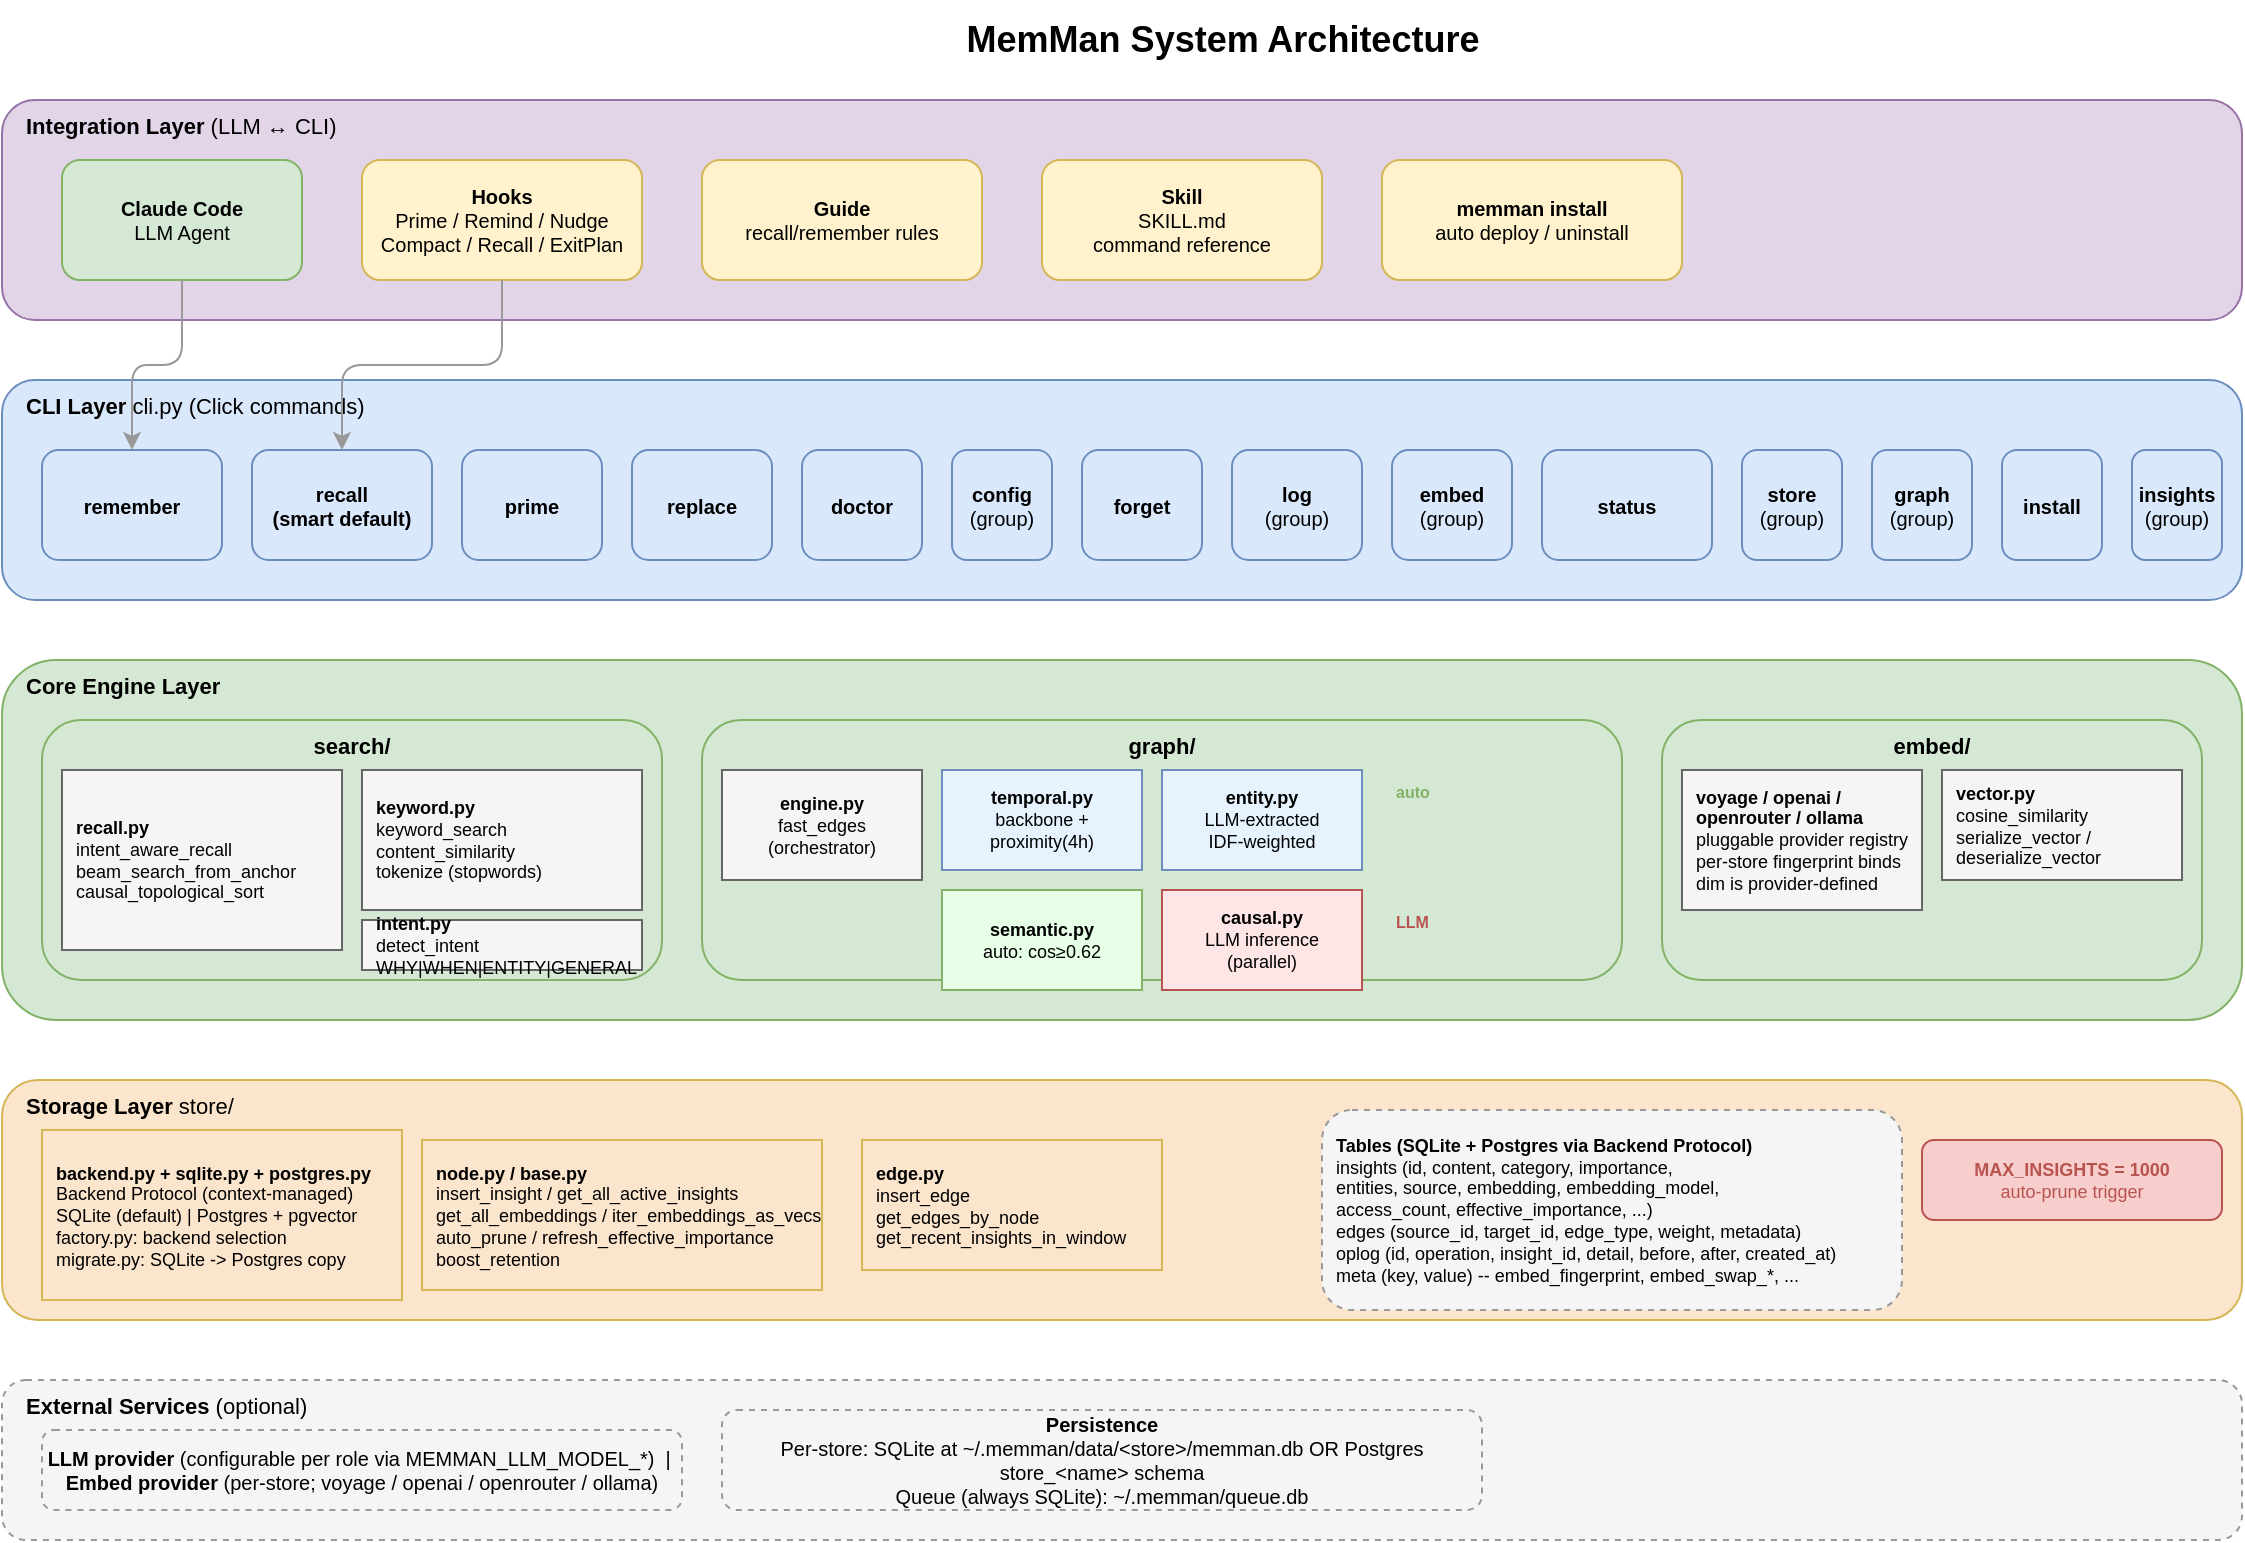
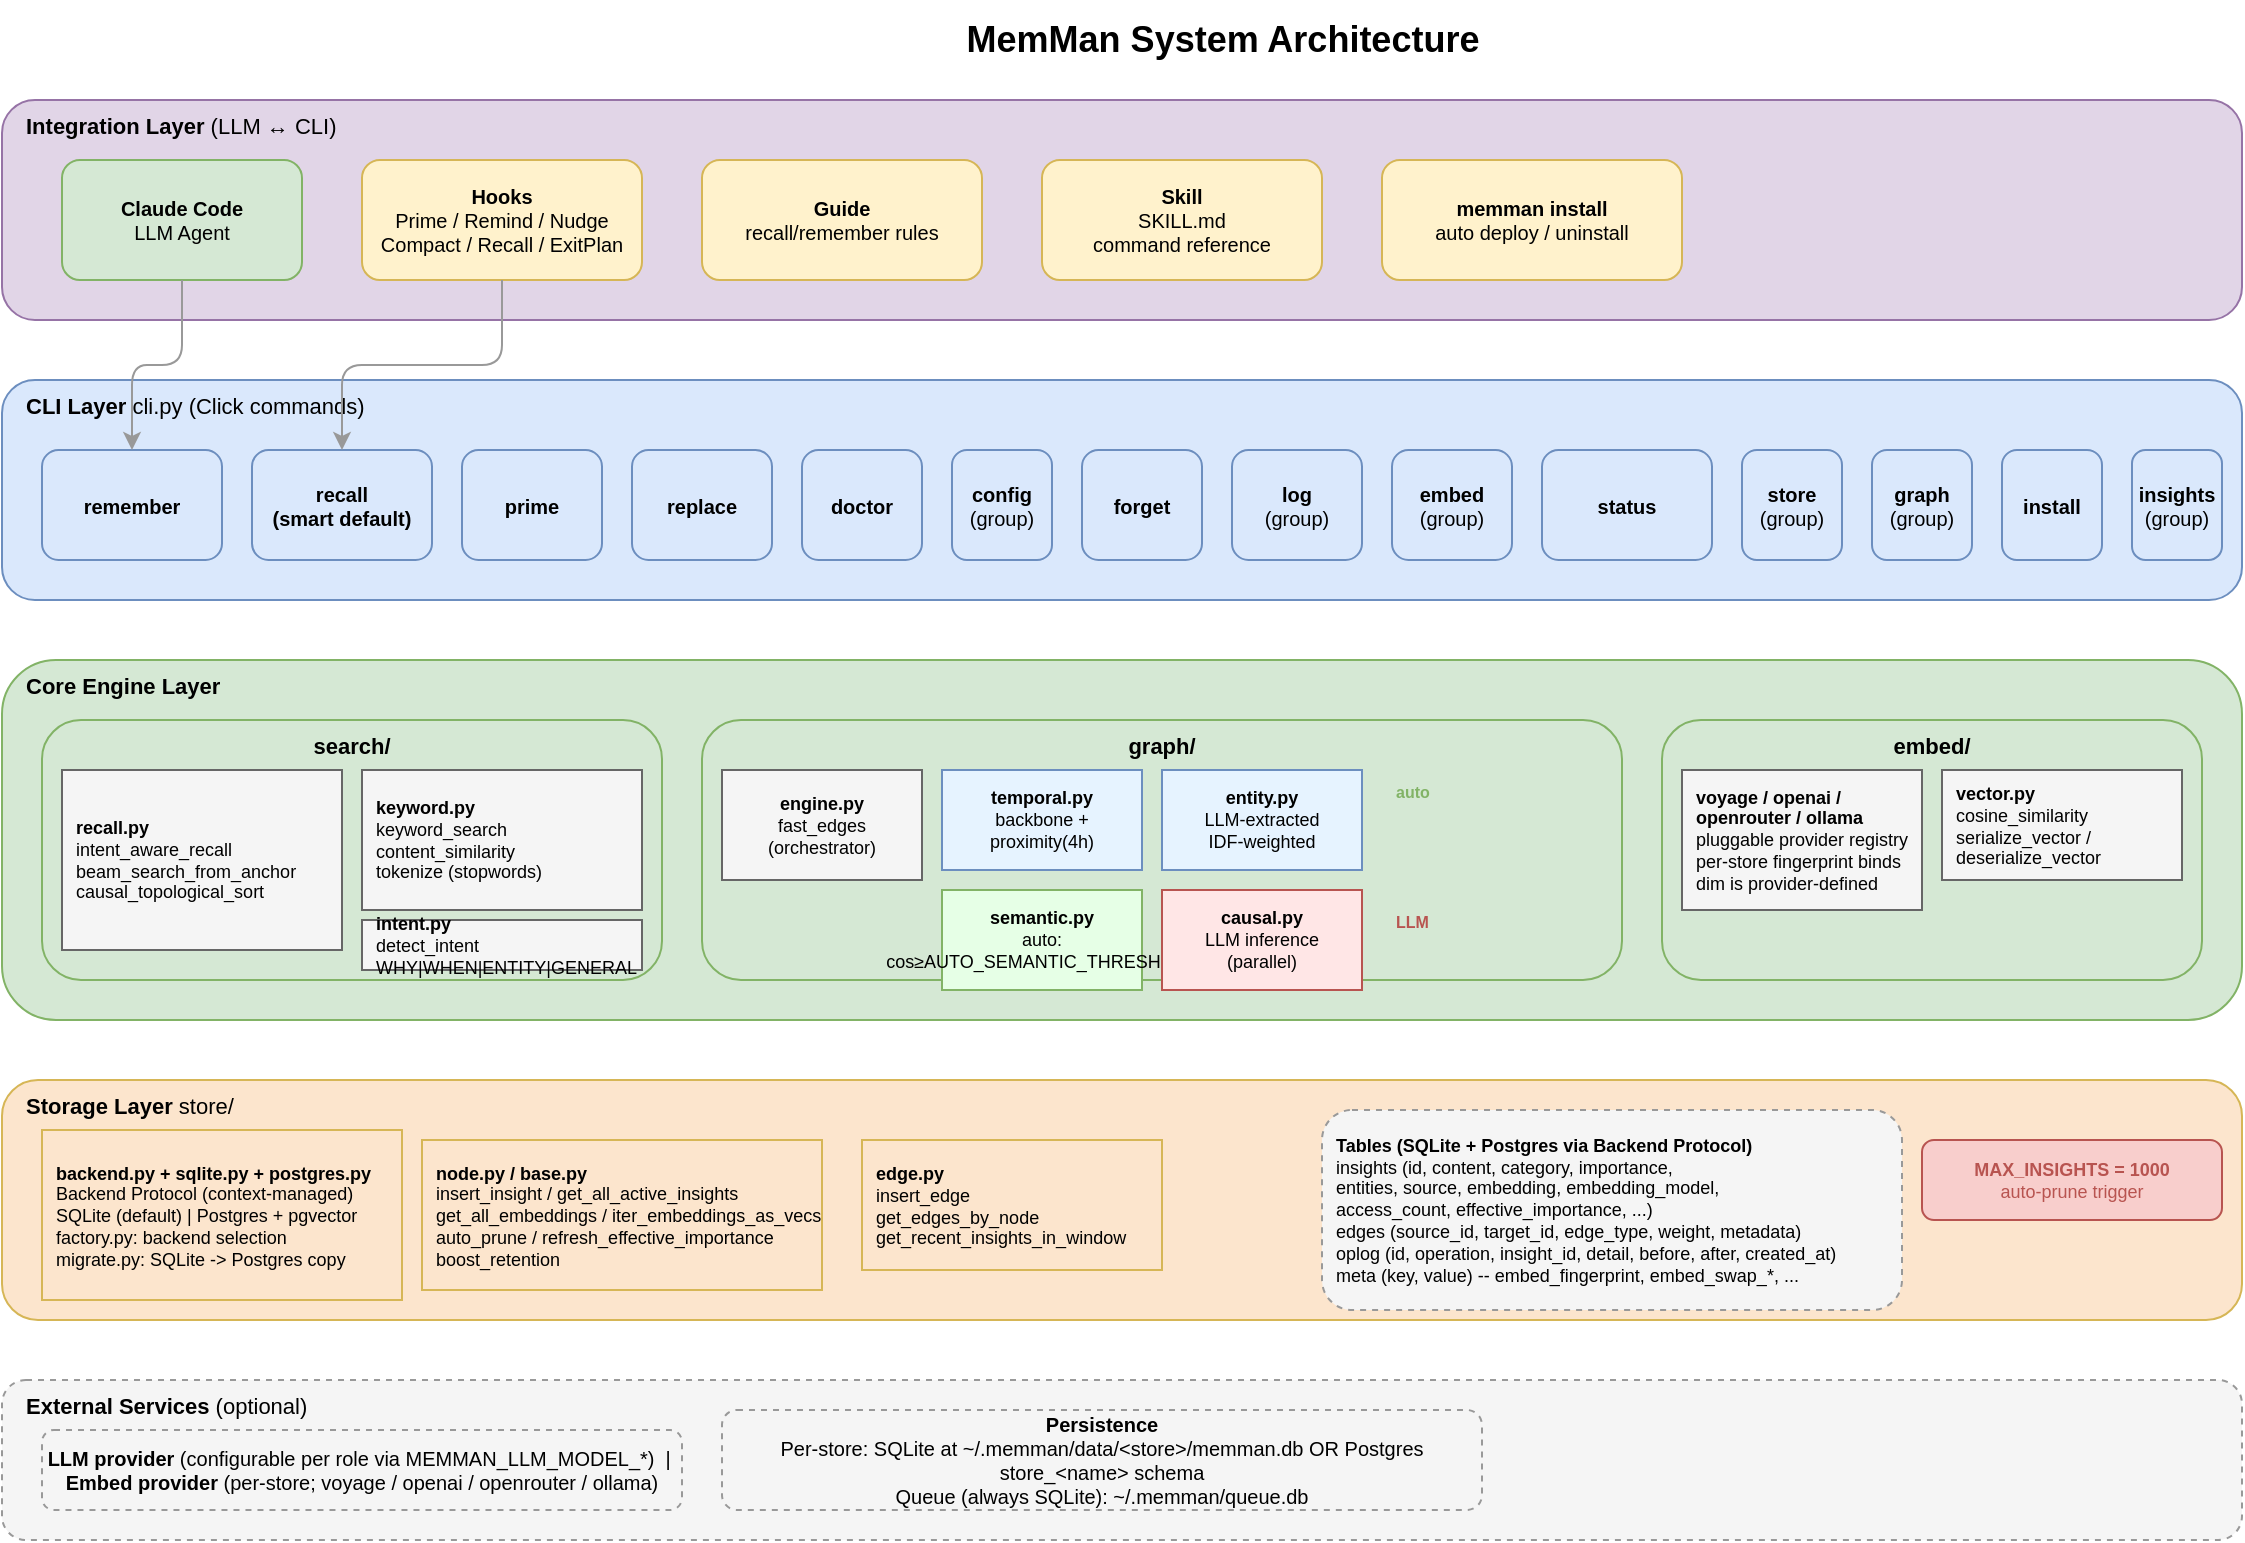
<mxfile host="app.diagrams.net" agent="Claude" version="24.0.0" type="device">
  <diagram id="arch" name="System Architecture">
    <mxGraphModel dx="1422" dy="900" grid="1" gridSize="10" guides="1" tooltips="1" connect="1" arrows="1" fold="1" page="1" pageScale="1" pageWidth="1400" pageHeight="900" math="0" shadow="0">
      <root>
        <mxCell id="0" />
        <mxCell id="1" parent="0" />
        <mxCell id="a_title" value="&lt;b&gt;MemMan System Architecture&lt;/b&gt;" style="text;html=1;align=center;verticalAlign=middle;resizable=0;points=[];autosize=1;strokeColor=none;fillColor=none;fontSize=18;" vertex="1" parent="1">
          <mxGeometry x="500" y="10" width="300" height="40" as="geometry" />
        </mxCell>
        <mxCell id="a_l1" value="&lt;b&gt;Integration Layer&lt;/b&gt;  (LLM ↔ CLI)" style="rounded=1;whiteSpace=wrap;html=1;fillColor=#e1d5e7;strokeColor=#9673a6;verticalAlign=top;fontSize=11;align=left;spacingLeft=10;" vertex="1" parent="1">
          <mxGeometry x="40" y="60" width="1120" height="110" as="geometry" />
        </mxCell>
        <mxCell id="a_claude" value="&lt;b&gt;Claude Code&lt;/b&gt;&lt;br&gt;LLM Agent" style="rounded=1;whiteSpace=wrap;html=1;fillColor=#d5e8d4;strokeColor=#82b366;fontSize=10;" vertex="1" parent="1">
          <mxGeometry x="70" y="90" width="120" height="60" as="geometry" />
        </mxCell>
        <mxCell id="a_hooks" value="&lt;b&gt;Hooks&lt;/b&gt;&lt;br&gt;Prime / Remind / Nudge&lt;br&gt;Compact / Recall / ExitPlan" style="rounded=1;whiteSpace=wrap;html=1;fillColor=#fff2cc;strokeColor=#d6b656;fontSize=10;" vertex="1" parent="1">
          <mxGeometry x="220" y="90" width="140" height="60" as="geometry" />
        </mxCell>
        <mxCell id="a_claudemd" value="&lt;b&gt;Guide&lt;/b&gt;&lt;br&gt;recall/remember rules" style="rounded=1;whiteSpace=wrap;html=1;fillColor=#fff2cc;strokeColor=#d6b656;fontSize=10;" vertex="1" parent="1">
          <mxGeometry x="390" y="90" width="140" height="60" as="geometry" />
        </mxCell>
        <mxCell id="a_skill" value="&lt;b&gt;Skill&lt;/b&gt;&lt;br&gt;SKILL.md&lt;br&gt;command reference" style="rounded=1;whiteSpace=wrap;html=1;fillColor=#fff2cc;strokeColor=#d6b656;fontSize=10;" vertex="1" parent="1">
          <mxGeometry x="560" y="90" width="140" height="60" as="geometry" />
        </mxCell>
        <mxCell id="a_inject" value="&lt;b&gt;memman install&lt;/b&gt;&lt;br&gt;auto deploy / uninstall" style="rounded=1;whiteSpace=wrap;html=1;fillColor=#fff2cc;strokeColor=#d6b656;fontSize=10;" vertex="1" parent="1">
          <mxGeometry x="730" y="90" width="150" height="60" as="geometry" />
        </mxCell>
        <mxCell id="a_l2" value="&lt;b&gt;CLI Layer&lt;/b&gt;  cli.py (Click commands)" style="rounded=1;whiteSpace=wrap;html=1;fillColor=#dae8fc;strokeColor=#6c8ebf;verticalAlign=top;fontSize=11;align=left;spacingLeft=10;" vertex="1" parent="1">
          <mxGeometry x="40" y="200" width="1120" height="110" as="geometry" />
        </mxCell>
        <mxCell id="a_cmd_rem" value="&lt;b&gt;remember&lt;/b&gt;" style="rounded=1;whiteSpace=wrap;html=1;fillColor=#dae8fc;strokeColor=#6c8ebf;fontSize=10;fontStyle=1;" vertex="1" parent="1">
          <mxGeometry x="60" y="235" width="90" height="55" as="geometry" />
        </mxCell>
        <mxCell id="a_cmd_rec" value="&lt;b&gt;recall&lt;/b&gt;&lt;br&gt;(smart default)" style="rounded=1;whiteSpace=wrap;html=1;fillColor=#dae8fc;strokeColor=#6c8ebf;fontSize=10;fontStyle=1;" vertex="1" parent="1">
          <mxGeometry x="165" y="235" width="90" height="55" as="geometry" />
        </mxCell>
        <mxCell id="a_cmd_sea" value="&lt;b&gt;prime&lt;/b&gt;" style="rounded=1;whiteSpace=wrap;html=1;fillColor=#dae8fc;strokeColor=#6c8ebf;fontSize=10;" vertex="1" parent="1">
          <mxGeometry x="270" y="235" width="70" height="55" as="geometry" />
        </mxCell>
        <mxCell id="a_cmd_rep" value="&lt;b&gt;replace&lt;/b&gt;" style="rounded=1;whiteSpace=wrap;html=1;fillColor=#dae8fc;strokeColor=#6c8ebf;fontSize=10;" vertex="1" parent="1">
          <mxGeometry x="355" y="235" width="70" height="55" as="geometry" />
        </mxCell>
        <mxCell id="a_cmd_lnk" value="&lt;b&gt;doctor&lt;/b&gt;" style="rounded=1;whiteSpace=wrap;html=1;fillColor=#dae8fc;strokeColor=#6c8ebf;fontSize=10;" vertex="1" parent="1">
          <mxGeometry x="440" y="235" width="60" height="55" as="geometry" />
        </mxCell>
        <mxCell id="a_cmd_gc" value="&lt;b&gt;config&lt;/b&gt;&lt;br&gt;(group)" style="rounded=1;whiteSpace=wrap;html=1;fillColor=#dae8fc;strokeColor=#6c8ebf;fontSize=10;" vertex="1" parent="1">
          <mxGeometry x="515" y="235" width="50" height="55" as="geometry" />
        </mxCell>
        <mxCell id="a_cmd_for" value="&lt;b&gt;forget&lt;/b&gt;" style="rounded=1;whiteSpace=wrap;html=1;fillColor=#dae8fc;strokeColor=#6c8ebf;fontSize=10;" vertex="1" parent="1">
          <mxGeometry x="580" y="235" width="60" height="55" as="geometry" />
        </mxCell>
        <mxCell id="a_cmd_rel" value="&lt;b&gt;log&lt;/b&gt;&lt;br&gt;(group)" style="rounded=1;whiteSpace=wrap;html=1;fillColor=#dae8fc;strokeColor=#6c8ebf;fontSize=10;" vertex="1" parent="1">
          <mxGeometry x="655" y="235" width="65" height="55" as="geometry" />
        </mxCell>
        <mxCell id="a_cmd_emb" value="&lt;b&gt;embed&lt;/b&gt;&lt;br&gt;(group)" style="rounded=1;whiteSpace=wrap;html=1;fillColor=#dae8fc;strokeColor=#6c8ebf;fontSize=10;" vertex="1" parent="1">
          <mxGeometry x="735" y="235" width="60" height="55" as="geometry" />
        </mxCell>
        <mxCell id="a_cmd_sta" value="&lt;b&gt;status&lt;/b&gt;" style="rounded=1;whiteSpace=wrap;html=1;fillColor=#dae8fc;strokeColor=#6c8ebf;fontSize=10;" vertex="1" parent="1">
          <mxGeometry x="810" y="235" width="85" height="55" as="geometry" />
        </mxCell>
        <mxCell id="a_cmd_store" value="&lt;b&gt;store&lt;/b&gt;&lt;br&gt;(group)" style="rounded=1;whiteSpace=wrap;html=1;fillColor=#dae8fc;strokeColor=#6c8ebf;fontSize=10;" vertex="1" parent="1">
          <mxGeometry x="910" y="235" width="50" height="55" as="geometry" />
        </mxCell>
        <mxCell id="a_cmd_graph" value="&lt;b&gt;graph&lt;/b&gt;&lt;br&gt;(group)" style="rounded=1;whiteSpace=wrap;html=1;fillColor=#dae8fc;strokeColor=#6c8ebf;fontSize=10;" vertex="1" parent="1">
          <mxGeometry x="975" y="235" width="50" height="55" as="geometry" />
        </mxCell>
        <mxCell id="a_cmd_install" value="&lt;b&gt;install&lt;/b&gt;" style="rounded=1;whiteSpace=wrap;html=1;fillColor=#dae8fc;strokeColor=#6c8ebf;fontSize=10;" vertex="1" parent="1">
          <mxGeometry x="1040" y="235" width="50" height="55" as="geometry" />
        </mxCell>
        <mxCell id="a_cmd_viz" value="&lt;b&gt;insights&lt;/b&gt;&lt;br&gt;(group)" style="rounded=1;whiteSpace=wrap;html=1;fillColor=#dae8fc;strokeColor=#6c8ebf;fontSize=10;" vertex="1" parent="1">
          <mxGeometry x="1105" y="235" width="45" height="55" as="geometry" />
        </mxCell>
        <mxCell id="a_l3" value="&lt;b&gt;Core Engine Layer&lt;/b&gt;" style="rounded=1;whiteSpace=wrap;html=1;fillColor=#d5e8d4;strokeColor=#82b366;verticalAlign=top;fontSize=11;align=left;spacingLeft=10;" vertex="1" parent="1">
          <mxGeometry x="40" y="340" width="1120" height="180" as="geometry" />
        </mxCell>
        <mxCell id="a_search" value="&lt;b&gt;search/&lt;/b&gt;" style="rounded=1;whiteSpace=wrap;html=1;fillColor=#d5e8d4;strokeColor=#82b366;verticalAlign=top;fontSize=11;fontStyle=1;" vertex="1" parent="1">
          <mxGeometry x="60" y="370" width="310" height="130" as="geometry" />
        </mxCell>
        <mxCell id="a_recall" value="&lt;b&gt;recall.py&lt;/b&gt;&lt;br&gt;intent_aware_recall&lt;br&gt;beam_search_from_anchor&lt;br&gt;causal_topological_sort" style="rounded=0;whiteSpace=wrap;html=1;fontSize=9;fillColor=#f5f5f5;strokeColor=#666666;align=left;spacingLeft=5;" vertex="1" parent="1">
          <mxGeometry x="70" y="395" width="140" height="90" as="geometry" />
        </mxCell>
        <mxCell id="a_kw" value="&lt;b&gt;keyword.py&lt;/b&gt;&lt;br&gt;keyword_search&lt;br&gt;content_similarity&lt;br&gt;tokenize (stopwords)" style="rounded=0;whiteSpace=wrap;html=1;fontSize=9;fillColor=#f5f5f5;strokeColor=#666666;align=left;spacingLeft=5;" vertex="1" parent="1">
          <mxGeometry x="220" y="395" width="140" height="70" as="geometry" />
        </mxCell>
        <mxCell id="a_intent" value="&lt;b&gt;intent.py&lt;/b&gt;&lt;br&gt;detect_intent&lt;br&gt;WHY|WHEN|ENTITY|GENERAL" style="rounded=0;whiteSpace=wrap;html=1;fontSize=9;fillColor=#f5f5f5;strokeColor=#666666;align=left;spacingLeft=5;" vertex="1" parent="1">
          <mxGeometry x="220" y="470" width="140" height="25" as="geometry" />
        </mxCell>
        <mxCell id="a_graph" value="&lt;b&gt;graph/&lt;/b&gt;" style="rounded=1;whiteSpace=wrap;html=1;fillColor=#d5e8d4;strokeColor=#82b366;verticalAlign=top;fontSize=11;fontStyle=1;" vertex="1" parent="1">
          <mxGeometry x="390" y="370" width="460" height="130" as="geometry" />
        </mxCell>
        <mxCell id="a_engine" value="&lt;b&gt;engine.py&lt;/b&gt;&lt;br&gt;fast_edges&lt;br&gt;(orchestrator)" style="rounded=0;whiteSpace=wrap;html=1;fontSize=9;fillColor=#f5f5f5;strokeColor=#666666;" vertex="1" parent="1">
          <mxGeometry x="400" y="395" width="100" height="55" as="geometry" />
        </mxCell>
        <mxCell id="a_temp" value="&lt;b&gt;temporal.py&lt;/b&gt;&lt;br&gt;backbone +&lt;br&gt;proximity(4h)" style="rounded=0;whiteSpace=wrap;html=1;fontSize=9;fillColor=#E6F3FF;strokeColor=#6c8ebf;" vertex="1" parent="1">
          <mxGeometry x="510" y="395" width="100" height="50" as="geometry" />
        </mxCell>
        <mxCell id="a_ent" value="&lt;b&gt;entity.py&lt;/b&gt;&lt;br&gt;LLM-extracted&lt;br&gt;IDF-weighted" style="rounded=0;whiteSpace=wrap;html=1;fontSize=9;fillColor=#E6F3FF;strokeColor=#6c8ebf;" vertex="1" parent="1">
          <mxGeometry x="620" y="395" width="100" height="50" as="geometry" />
        </mxCell>
-         <mxCell id="a_sem" value="&lt;b&gt;semantic.py&lt;/b&gt;&lt;br&gt;auto: cos≥0.62" style="rounded=0;whiteSpace=wrap;html=1;fontSize=9;fillColor=#E6FFE6;strokeColor=#82b366;" vertex="1" parent="1">
+         <mxCell id="a_sem" value="&lt;b&gt;semantic.py&lt;/b&gt;&lt;br&gt;auto: cos≥AUTO_SEMANTIC_THRESHOLD" style="rounded=0;whiteSpace=wrap;html=1;fontSize=9;fillColor=#E6FFE6;strokeColor=#82b366;" vertex="1" parent="1">
          <mxGeometry x="510" y="455" width="100" height="50" as="geometry" />
        </mxCell>
        <mxCell id="a_cau" value="&lt;b&gt;causal.py&lt;/b&gt;&lt;br&gt;LLM inference&lt;br&gt;(parallel)" style="rounded=0;whiteSpace=wrap;html=1;fontSize=9;fillColor=#FFE6E6;strokeColor=#b85450;" vertex="1" parent="1">
          <mxGeometry x="620" y="455" width="100" height="50" as="geometry" />
        </mxCell>
        <mxCell id="a_lbl_auto" value="auto" style="text;html=1;fontSize=8;fillColor=none;strokeColor=none;fontColor=#82b366;fontStyle=1;" vertex="1" parent="1">
          <mxGeometry x="735" y="395" width="30" height="15" as="geometry" />
        </mxCell>
        <mxCell id="a_lbl_llm" value="LLM" style="text;html=1;fontSize=8;fillColor=none;strokeColor=none;fontColor=#b85450;fontStyle=1;" vertex="1" parent="1">
          <mxGeometry x="735" y="460" width="40" height="25" as="geometry" />
        </mxCell>
        <mxCell id="a_embed" value="&lt;b&gt;embed/&lt;/b&gt;" style="rounded=1;whiteSpace=wrap;html=1;fillColor=#d5e8d4;strokeColor=#82b366;verticalAlign=top;fontSize=11;fontStyle=1;" vertex="1" parent="1">
          <mxGeometry x="870" y="370" width="270" height="130" as="geometry" />
        </mxCell>
        <mxCell id="a_ollama_c" value="&lt;b&gt;voyage / openai / openrouter / ollama&lt;/b&gt;&lt;br&gt;pluggable provider registry&lt;br&gt;per-store fingerprint binds&lt;br&gt;dim is provider-defined" style="rounded=0;whiteSpace=wrap;html=1;fontSize=9;fillColor=#f5f5f5;strokeColor=#666666;align=left;spacingLeft=5;" vertex="1" parent="1">
          <mxGeometry x="880" y="395" width="120" height="70" as="geometry" />
        </mxCell>
        <mxCell id="a_vec" value="&lt;b&gt;vector.py&lt;/b&gt;&lt;br&gt;cosine_similarity&lt;br&gt;serialize_vector / deserialize_vector" style="rounded=0;whiteSpace=wrap;html=1;fontSize=9;fillColor=#f5f5f5;strokeColor=#666666;align=left;spacingLeft=5;" vertex="1" parent="1">
          <mxGeometry x="1010" y="395" width="120" height="55" as="geometry" />
        </mxCell>
        <mxCell id="a_l4" value="&lt;b&gt;Storage Layer&lt;/b&gt;  store/" style="rounded=1;whiteSpace=wrap;html=1;fillColor=#fce5cd;strokeColor=#d6b656;verticalAlign=top;fontSize=11;align=left;spacingLeft=10;" vertex="1" parent="1">
          <mxGeometry x="40" y="550" width="1120" height="120" as="geometry" />
        </mxCell>
        <mxCell id="a_db" value="&lt;b&gt;backend.py + sqlite.py + postgres.py&lt;/b&gt;&lt;br&gt;Backend Protocol (context-managed)&lt;br&gt;SQLite (default) | Postgres + pgvector&lt;br&gt;factory.py: backend selection&lt;br&gt;migrate.py: SQLite -&amp;gt; Postgres copy" style="rounded=0;whiteSpace=wrap;html=1;fontSize=9;fillColor=#fce5cd;strokeColor=#d6b656;align=left;spacingLeft=5;" vertex="1" parent="1">
          <mxGeometry x="60" y="575" width="180" height="85" as="geometry" />
        </mxCell>
        <mxCell id="a_node" value="&lt;b&gt;node.py / base.py&lt;/b&gt;&lt;br&gt;insert_insight / get_all_active_insights&lt;br&gt;get_all_embeddings / iter_embeddings_as_vecs&lt;br&gt;auto_prune / refresh_effective_importance&lt;br&gt;boost_retention" style="rounded=0;whiteSpace=wrap;html=1;fontSize=9;fillColor=#fce5cd;strokeColor=#d6b656;align=left;spacingLeft=5;" vertex="1" parent="1">
          <mxGeometry x="250" y="580" width="200" height="75" as="geometry" />
        </mxCell>
        <mxCell id="a_edge" value="&lt;b&gt;edge.py&lt;/b&gt;&lt;br&gt;insert_edge&lt;br&gt;get_edges_by_node&lt;br&gt;get_recent_insights_in_window" style="rounded=0;whiteSpace=wrap;html=1;fontSize=9;fillColor=#fce5cd;strokeColor=#d6b656;align=left;spacingLeft=5;" vertex="1" parent="1">
          <mxGeometry x="470" y="580" width="150" height="65" as="geometry" />
        </mxCell>
        <mxCell id="a_tables" value="&lt;b&gt;Tables (SQLite + Postgres via Backend Protocol)&lt;/b&gt;&lt;br&gt;insights (id, content, category, importance,&lt;br&gt;  entities, source, embedding, embedding_model,&lt;br&gt;  access_count, effective_importance, ...)&lt;br&gt;edges (source_id, target_id, edge_type, weight, metadata)&lt;br&gt;oplog (id, operation, insight_id, detail, before, after, created_at)&lt;br&gt;meta (key, value)  -- embed_fingerprint, embed_swap_*, ..." style="rounded=1;whiteSpace=wrap;html=1;fontSize=9;fillColor=#f5f5f5;strokeColor=#999999;align=left;spacingLeft=5;dashed=1;" vertex="1" parent="1">
          <mxGeometry x="700" y="565" width="290" height="100" as="geometry" />
        </mxCell>
        <mxCell id="a_cap" value="&lt;b&gt;MAX_INSIGHTS = 1000&lt;/b&gt;&lt;br&gt;auto-prune trigger" style="rounded=1;whiteSpace=wrap;html=1;fontSize=9;fillColor=#f8cecc;strokeColor=#b85450;fontColor=#b85450;" vertex="1" parent="1">
          <mxGeometry x="1000" y="580" width="150" height="40" as="geometry" />
        </mxCell>
        <mxCell id="a_l5" value="&lt;b&gt;External Services&lt;/b&gt;  (optional)" style="rounded=1;whiteSpace=wrap;html=1;fillColor=#f5f5f5;strokeColor=#999999;verticalAlign=top;fontSize=11;align=left;spacingLeft=10;dashed=1;" vertex="1" parent="1">
          <mxGeometry x="40" y="700" width="1120" height="80" as="geometry" />
        </mxCell>
        <mxCell id="a_ollama_s" value="&lt;b&gt;LLM provider&lt;/b&gt; (configurable per role via MEMMAN_LLM_MODEL_*) &amp;nbsp;|&amp;nbsp; &lt;b&gt;Embed provider&lt;/b&gt; (per-store; voyage / openai / openrouter / ollama)" style="rounded=1;whiteSpace=wrap;html=1;fillColor=#f5f5f5;strokeColor=#999999;fontSize=10;dashed=1;" vertex="1" parent="1">
          <mxGeometry x="60" y="725" width="320" height="40" as="geometry" />
        </mxCell>
        <mxCell id="a_fs" value="&lt;b&gt;Persistence&lt;/b&gt;&lt;br&gt;Per-store: SQLite at ~/.memman/data/&amp;lt;store&amp;gt;/memman.db OR Postgres store_&amp;lt;name&amp;gt; schema&lt;br&gt;Queue (always SQLite): ~/.memman/queue.db" style="rounded=1;whiteSpace=wrap;html=1;fillColor=#f5f5f5;strokeColor=#999999;fontSize=10;dashed=1;" vertex="1" parent="1">
          <mxGeometry x="400" y="715" width="380" height="50" as="geometry" />
        </mxCell>
        <mxCell id="a_e1" style="edgeStyle=orthogonalEdgeStyle;rounded=1;strokeColor=#999999;exitX=0.5;exitY=1;exitDx=0;exitDy=0;" edge="1" parent="1" source="a_claude" target="a_cmd_rem">
          <mxGeometry relative="1" as="geometry" />
        </mxCell>
        <mxCell id="a_e2" style="edgeStyle=orthogonalEdgeStyle;rounded=1;strokeColor=#999999;" edge="1" parent="1" source="a_hooks" target="a_cmd_rec">
          <mxGeometry relative="1" as="geometry" />
        </mxCell>
      </root>
    </mxGraphModel>
  </diagram>
</mxfile>
